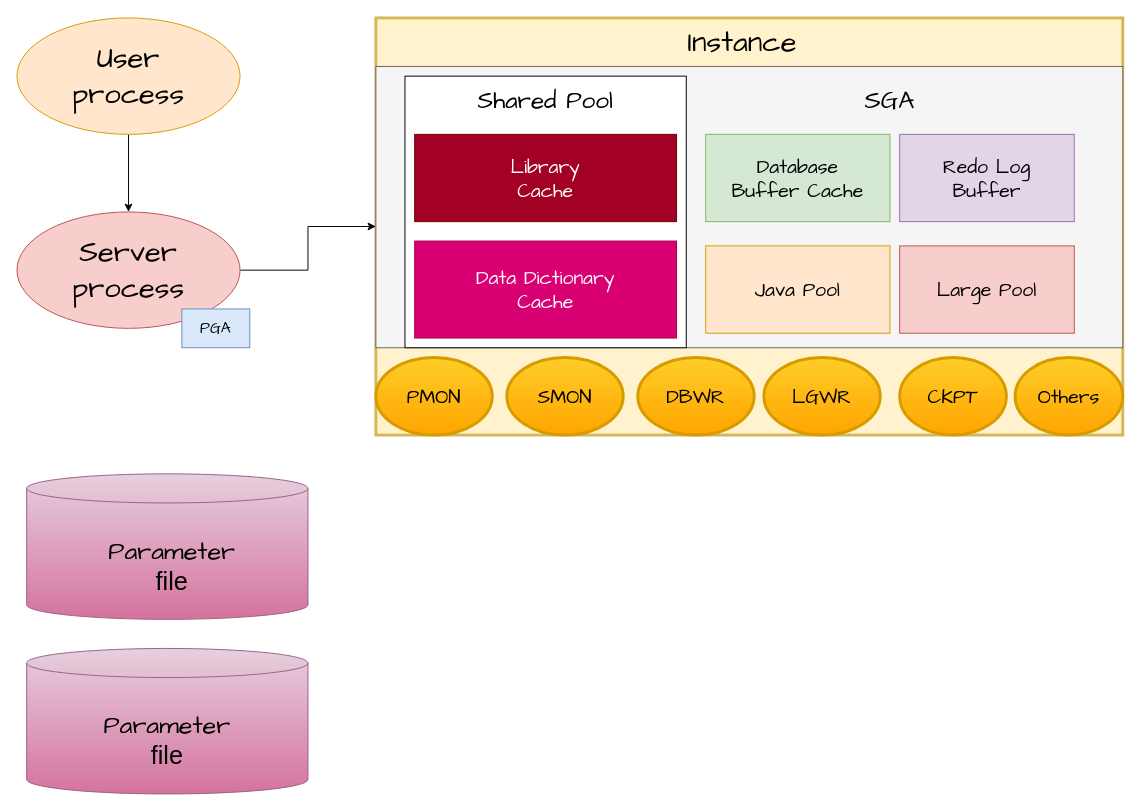
Before: Oracle.drawio in Yaozongbin0828/UMLetDraw, a draw.io diagram. Source tidied: cells renumbered, new cells numbered last; positions are measured from the earlier drawing's top-left corner, leaving out a move shared by most shapes. Both pictures are drawn from the tidied source at 97%, with x=0, y=0 at pixel (16, 17).
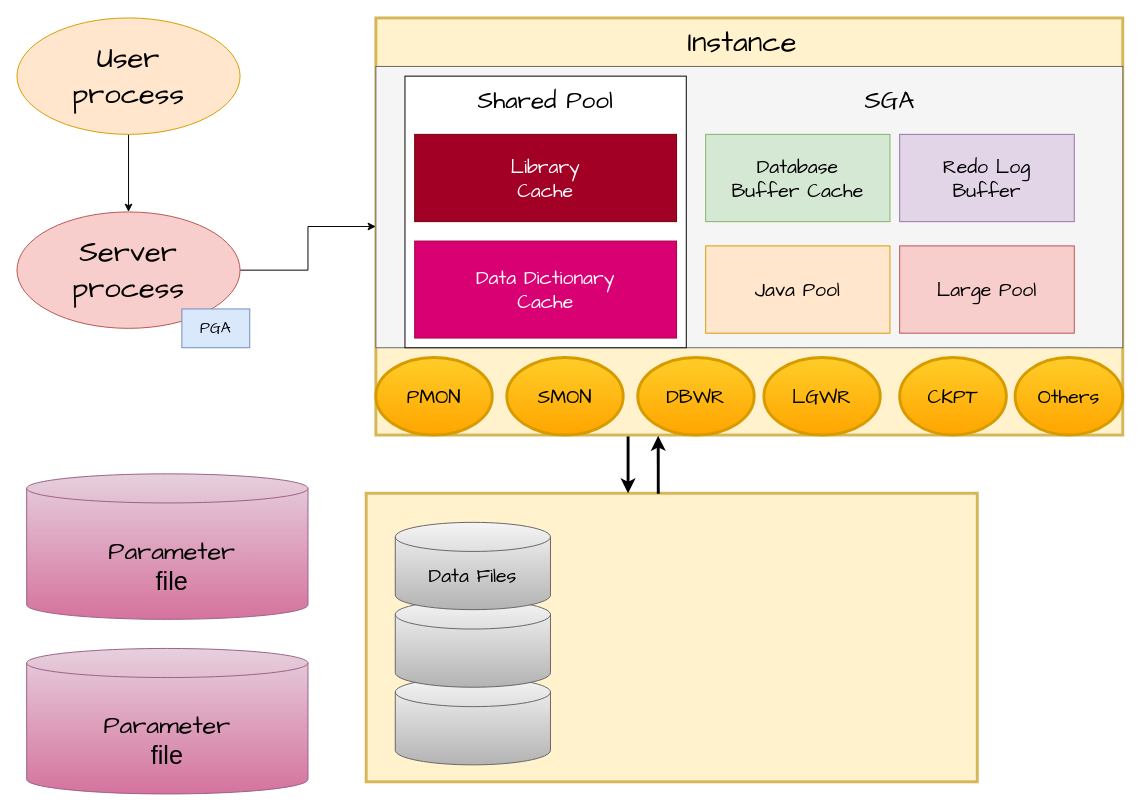
Above is the later version.

Unchanged cells that the change refers to:
```xml
<mxCell id="2" style="whiteSpace=wrap;html=1;fillColor=#fff2cc;strokeColor=#d6b656;strokeWidth=3;" parent="1" vertex="1">
  <mxGeometry x="370" width="770" height="430" as="geometry" />
</mxCell>
```

Diff of the diagram source:
```diff
@@
+    <mxCell id="30" style="whiteSpace=wrap;html=1;fillColor=#fff2cc;strokeColor=#d6b656;strokeWidth=3;" parent="1" vertex="1">
+      <mxGeometry x="360" y="490" width="630" height="297.5" as="geometry" />
+    </mxCell>
+    <mxCell id="31" style="edgeStyle=orthogonalEdgeStyle;rounded=0;orthogonalLoop=1;jettySize=auto;html=1;strokeWidth=3;" parent="1" edge="1">
+      <mxGeometry relative="1" as="geometry">
+        <mxPoint x="630" y="430" as="sourcePoint" />
+        <mxPoint x="630" y="490" as="targetPoint" />
+        <Array as="points">
+          <mxPoint x="630" y="450" />
+          <mxPoint x="630" y="450" />
+        </Array>
+      </mxGeometry>
+    </mxCell>
@@
+    <mxCell id="32" style="edgeStyle=orthogonalEdgeStyle;rounded=0;jettySize=auto;html=1;strokeWidth=3;entryX=0.378;entryY=1.002;entryDx=0;entryDy=0;entryPerimeter=0;exitX=0.478;exitY=0.002;exitDx=0;exitDy=0;exitPerimeter=0;" parent="1" edge="1" source="30" target="2">
+      <mxGeometry relative="1" as="geometry" />
+    </mxCell>
+    <mxCell id="33" style="group;" parent="1" vertex="1">
+      <mxGeometry x="390" y="520" width="160" height="250" as="geometry" />
+    </mxCell>
+    <mxCell id="34" style="shape=cylinder3;whiteSpace=wrap;html=1;boundedLbl=1;backgroundOutline=1;size=15;fillColor=#f5f5f5;gradientColor=#b3b3b3;strokeColor=#666666;" parent="33" vertex="1">
+      <mxGeometry y="160" width="160" height="90" as="geometry" />
+    </mxCell>
+    <mxCell id="35" style="shape=cylinder3;whiteSpace=wrap;html=1;boundedLbl=1;backgroundOutline=1;size=15;fillColor=#f5f5f5;gradientColor=#b3b3b3;strokeColor=#666666;" parent="33" vertex="1">
+      <mxGeometry y="80" width="160" height="90" as="geometry" />
+    </mxCell>
+    <mxCell id="36" style="shape=cylinder3;whiteSpace=wrap;html=1;boundedLbl=1;backgroundOutline=1;size=15;fillColor=#f5f5f5;gradientColor=#b3b3b3;strokeColor=#666666;" parent="33" vertex="1">
+      <mxGeometry width="160" height="90" as="geometry" />
+    </mxCell>
+    <mxCell id="37" value="&lt;font style=&quot;font-size: 20px;&quot; face=&quot;Comic Sans MS&quot;&gt;Data Files&lt;/font&gt;" style="text;html=1;align=center;verticalAlign=middle;whiteSpace=wrap;rounded=0;" parent="33" vertex="1">
+      <mxGeometry x="25" y="30" width="110" height="50" as="geometry" />
+    </mxCell>
```
